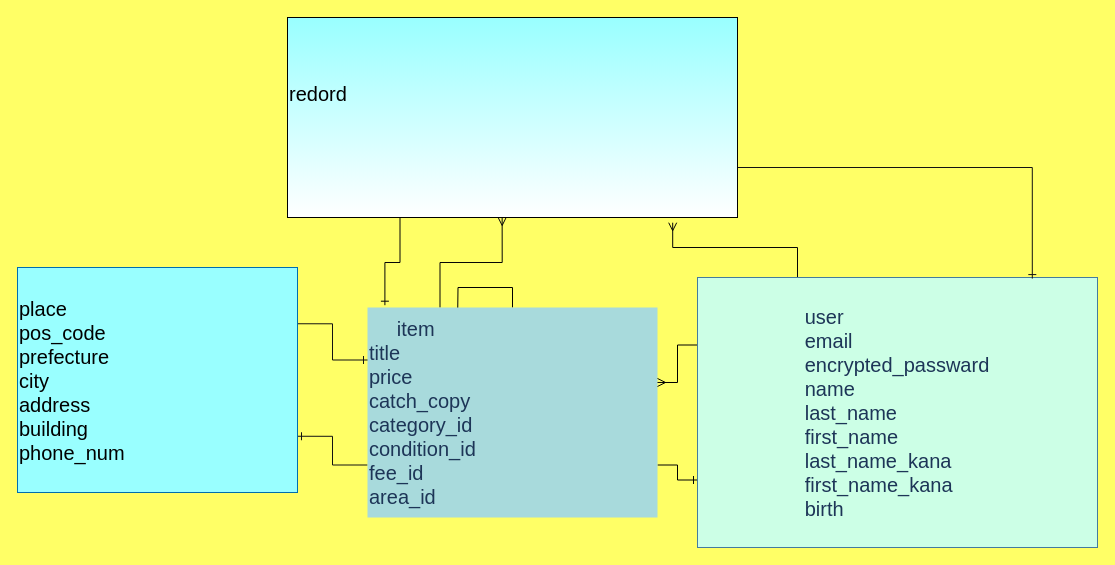
Above: er.dio in tomichihi/furima-35519 (draw.io), before the change. Source tidied: cells renumbered, new cells numbered last; positions are measured from the earlier drawing's top-left corner, leaving out a move shared by most shapes. Both pictures are drawn from the tidied source at 100%, with x=0, y=0 at pixel (17, 17).
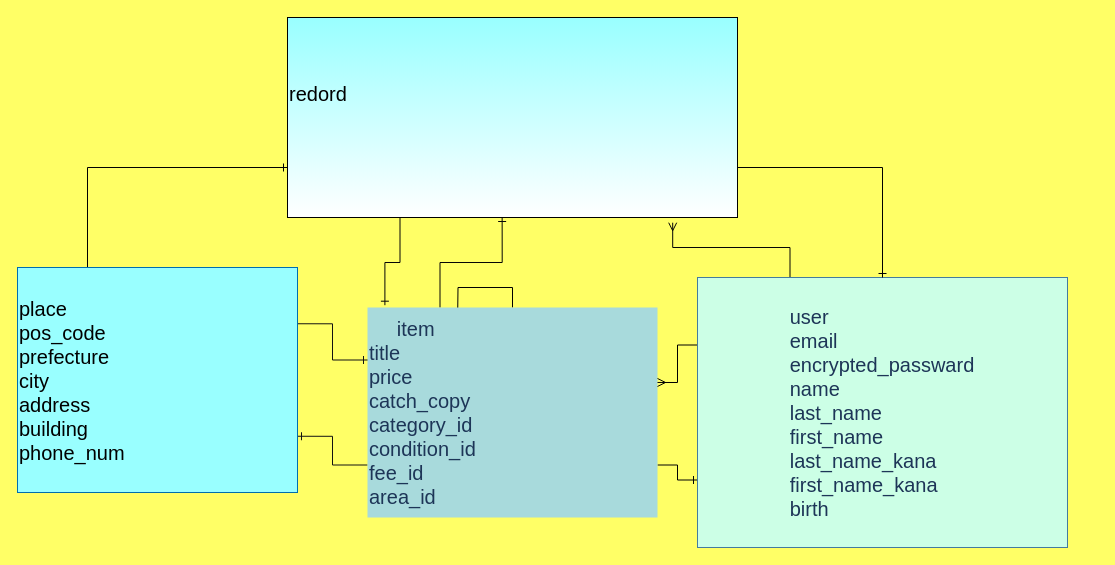
The same page after the edit.

Change to the diagram source:
```diff
@@
 <mxGraphModel background="#FFFF66">
   <root>
     <mxCell id="0" />
     <mxCell id="1" parent="0" />
     <mxCell id="2" style="edgeStyle=orthogonalEdgeStyle;curved=0;rounded=1;sketch=0;orthogonalLoop=1;jettySize=auto;html=1;exitX=0;exitY=0.25;exitDx=0;exitDy=0;entryX=0;entryY=0.25;entryDx=0;entryDy=0;endArrow=blockThin;endFill=1;strokeColor=#457B9D;fillColor=#A8DADC;fontColor=#1D3557;" parent="1" edge="1">
       <mxGeometry relative="1" as="geometry">
         <mxPoint x="510" y="490" as="sourcePoint" />
         <mxPoint x="510" y="490" as="targetPoint" />
       </mxGeometry>
     </mxCell>
     <mxCell id="3" style="edgeStyle=orthogonalEdgeStyle;rounded=0;sketch=0;jettySize=auto;html=1;exitX=1;exitY=0.75;exitDx=0;exitDy=0;entryX=0;entryY=0.75;entryDx=0;entryDy=0;endArrow=ERone;endFill=0;strokeColor=#020303;" parent="1" edge="1" source="7" target="10">
       <mxGeometry relative="1" as="geometry" />
     </mxCell>
     <mxCell id="4" style="edgeStyle=orthogonalEdgeStyle;rounded=0;jettySize=auto;html=1;exitX=0;exitY=0.75;exitDx=0;exitDy=0;entryX=1;entryY=0.75;entryDx=0;entryDy=0;endArrow=ERone;endFill=0;strokeColor=#121212;" parent="1" edge="1" source="7" target="12">
       <mxGeometry relative="1" as="geometry" />
     </mxCell>
-    <mxCell id="5" style="edgeStyle=orthogonalEdgeStyle;rounded=0;jettySize=auto;html=1;exitX=0.25;exitY=0;exitDx=0;exitDy=0;entryX=0.477;entryY=1;entryDx=0;entryDy=0;entryPerimeter=0;endArrow=ERmany;endFill=0;strokeColor=#050505;" parent="1" edge="1" source="7" target="15">
+    <mxCell id="5" style="edgeStyle=orthogonalEdgeStyle;rounded=0;jettySize=auto;html=1;exitX=0.25;exitY=0;exitDx=0;exitDy=0;entryX=0.477;entryY=1;entryDx=0;entryDy=0;entryPerimeter=0;endArrow=ERone;endFill=0;strokeColor=#050505;" parent="1" edge="1" source="7" target="15">
       <mxGeometry relative="1" as="geometry" />
     </mxCell>
     <mxCell id="6" style="edgeStyle=orthogonalEdgeStyle;rounded=0;jettySize=auto;html=1;exitX=0.5;exitY=0;exitDx=0;exitDy=0;" parent="1" edge="1" source="7">
       <mxGeometry relative="1" as="geometry">
         <mxPoint x="440" y="310" as="targetPoint" />
       </mxGeometry>
     </mxCell>
     <mxCell id="7" value="&lt;div style=&quot;font-size: 20px&quot;&gt;&lt;font style=&quot;font-size: 20px&quot;&gt;&amp;nbsp; &amp;nbsp; &amp;nbsp;item&lt;/font&gt;&lt;/div&gt;&lt;div style=&quot;font-size: 20px&quot;&gt;&lt;span&gt;title&lt;/span&gt;&lt;/div&gt;&lt;div style=&quot;font-size: 20px&quot;&gt;&lt;span&gt;price&lt;/span&gt;&lt;/div&gt;&lt;div style=&quot;font-size: 20px&quot;&gt;&lt;span&gt;catch_copy&lt;/span&gt;&lt;/div&gt;&lt;div style=&quot;font-size: 20px&quot;&gt;&lt;span&gt;category_id&lt;/span&gt;&lt;/div&gt;&lt;div style=&quot;font-size: 20px&quot;&gt;&lt;span&gt;condition_id&lt;/span&gt;&lt;/div&gt;&lt;div style=&quot;font-size: 20px&quot;&gt;&lt;span&gt;fee_id&lt;/span&gt;&lt;/div&gt;&lt;div style=&quot;font-size: 20px&quot;&gt;&lt;span&gt;area_id&amp;nbsp; &amp;nbsp; &amp;nbsp; &amp;nbsp; &amp;nbsp;&amp;nbsp;&lt;/span&gt;&lt;br&gt;&lt;/div&gt;" style="rounded=0;whiteSpace=wrap;html=1;fillColor=#A8DADC;fontColor=#1D3557;strokeColor=none;align=left;" parent="1" vertex="1">
       <mxGeometry x="350" y="290" width="290" height="210" as="geometry" />
     </mxCell>
     <mxCell id="8" style="edgeStyle=orthogonalEdgeStyle;rounded=0;jettySize=auto;html=1;exitX=0.25;exitY=0;exitDx=0;exitDy=0;entryX=0.856;entryY=1.026;entryDx=0;entryDy=0;entryPerimeter=0;strokeColor=#050505;endArrow=ERmany;endFill=0;" parent="1" edge="1" source="10" target="15">
       <mxGeometry relative="1" as="geometry" />
     </mxCell>
     <mxCell id="9" style="edgeStyle=orthogonalEdgeStyle;rounded=0;jettySize=auto;html=1;exitX=0;exitY=0.25;exitDx=0;exitDy=0;entryX=1;entryY=0.357;entryDx=0;entryDy=0;entryPerimeter=0;strokeColor=#000000;endArrow=ERmany;endFill=0;" parent="1" edge="1" source="10" target="7">
       <mxGeometry relative="1" as="geometry" />
     </mxCell>
     <mxCell id="10" value="&lt;div style=&quot;text-align: left&quot;&gt;&lt;span style=&quot;font-size: 20px&quot;&gt;user&lt;/span&gt;&lt;/div&gt;&lt;font&gt;&lt;div style=&quot;font-size: 20px ; text-align: left&quot;&gt;&lt;span&gt;email&lt;/span&gt;&lt;/div&gt;&lt;div style=&quot;font-size: 20px ; text-align: left&quot;&gt;&lt;span&gt;encrypted_passward&lt;/span&gt;&lt;/div&gt;&lt;div style=&quot;font-size: 20px ; text-align: left&quot;&gt;&lt;span&gt;name&lt;/span&gt;&lt;/div&gt;&lt;div style=&quot;font-size: 20px ; text-align: left&quot;&gt;&lt;span&gt;last_name&lt;/span&gt;&lt;/div&gt;&lt;div style=&quot;font-size: 20px ; text-align: left&quot;&gt;&lt;span&gt;first_name&lt;/span&gt;&lt;/div&gt;&lt;div style=&quot;text-align: left&quot;&gt;&lt;span style=&quot;font-size: 20px&quot;&gt;last_name_kana&lt;/span&gt;&lt;/div&gt;&lt;div style=&quot;text-align: left&quot;&gt;&lt;span style=&quot;font-size: 20px&quot;&gt;first_name_kana&lt;/span&gt;&lt;/div&gt;&lt;div style=&quot;text-align: left&quot;&gt;&lt;span style=&quot;font-size: 20px&quot;&gt;birth&lt;/span&gt;&lt;/div&gt;&lt;/font&gt;" style="whiteSpace=wrap;html=1;strokeColor=#457B9D;fontColor=#1D3557;fillColor=#CCFFE6;" parent="1" vertex="1">
-      <mxGeometry x="680" y="260" width="400" height="270" as="geometry" />
+      <mxGeometry x="680" y="260" width="370" height="270" as="geometry" />
     </mxCell>
     <mxCell id="11" style="edgeStyle=orthogonalEdgeStyle;rounded=0;jettySize=auto;html=1;exitX=1;exitY=0.25;exitDx=0;exitDy=0;entryX=0;entryY=0.25;entryDx=0;entryDy=0;endArrow=ERone;endFill=0;strokeColor=#121212;" parent="1" edge="1" source="12" target="7">
       <mxGeometry relative="1" as="geometry" />
     </mxCell>
+    <mxCell id="16" style="edgeStyle=orthogonalEdgeStyle;rounded=0;jettySize=auto;html=1;entryX=0;entryY=0.75;entryDx=0;entryDy=0;endArrow=ERone;endFill=0;strokeColor=#000000;exitX=0.25;exitY=0;exitDx=0;exitDy=0;" parent="1" edge="1" source="12" target="15">
+      <mxGeometry relative="1" as="geometry" />
+    </mxCell>
     <mxCell id="12" value="&lt;font color=&quot;#000000&quot; style=&quot;font-size: 20px&quot;&gt;&lt;span&gt;place&lt;/span&gt;&lt;br&gt;pos_code&lt;br&gt;prefecture&lt;br&gt;city&lt;br&gt;address&lt;br&gt;building&lt;br&gt;phone_num&lt;br&gt;&lt;/font&gt;&lt;div style=&quot;text-align: justify&quot;&gt;&lt;/div&gt;" style="whiteSpace=wrap;html=1;strokeColor=#006EAF;fontColor=#ffffff;align=left;fillColor=#99FFFF;" parent="1" vertex="1">
       <mxGeometry y="250" width="280" height="225" as="geometry" />
     </mxCell>
+    <mxCell id="14" style="edgeStyle=orthogonalEdgeStyle;rounded=0;jettySize=auto;html=1;exitX=0.25;exitY=1;exitDx=0;exitDy=0;entryX=0.06;entryY=-0.011;entryDx=0;entryDy=0;entryPerimeter=0;endArrow=ERone;endFill=0;strokeColor=#050505;" parent="1" edge="1" source="15" target="7">
+      <mxGeometry relative="1" as="geometry" />
+    </mxCell>
-    <mxCell id="13" style="edgeStyle=orthogonalEdgeStyle;rounded=0;jettySize=auto;html=1;exitX=1;exitY=0.75;exitDx=0;exitDy=0;entryX=0.837;entryY=0.004;entryDx=0;entryDy=0;entryPerimeter=0;endArrow=ERone;endFill=0;strokeColor=#121212;" parent="1" edge="1" source="15" target="10">
+    <mxCell id="13" style="edgeStyle=orthogonalEdgeStyle;rounded=0;jettySize=auto;html=1;exitX=1;exitY=0.75;exitDx=0;exitDy=0;entryX=0.5;entryY=0;entryDx=0;entryDy=0;endArrow=ERone;endFill=0;strokeColor=#000000;" parent="1" edge="1" source="15" target="10">
       <mxGeometry relative="1" as="geometry" />
     </mxCell>
-    <mxCell id="14" style="edgeStyle=orthogonalEdgeStyle;rounded=0;jettySize=auto;html=1;exitX=0.25;exitY=1;exitDx=0;exitDy=0;entryX=0.06;entryY=-0.011;entryDx=0;entryDy=0;entryPerimeter=0;endArrow=ERone;endFill=0;strokeColor=#050505;" parent="1" edge="1" source="15" target="7">
-      <mxGeometry relative="1" as="geometry" />
-    </mxCell>
     <mxCell id="15" value="&lt;font color=&quot;#000000&quot; style=&quot;font-size: 20px&quot;&gt;redord&lt;br&gt;&lt;br&gt;&lt;br&gt;&lt;/font&gt;" style="whiteSpace=wrap;html=1;fillColor=#99FFFF;gradientColor=#ffffff;align=left;" parent="1" vertex="1">
       <mxGeometry x="270" width="450" height="200" as="geometry" />
     </mxCell>
   </root>
 </mxGraphModel>
```
